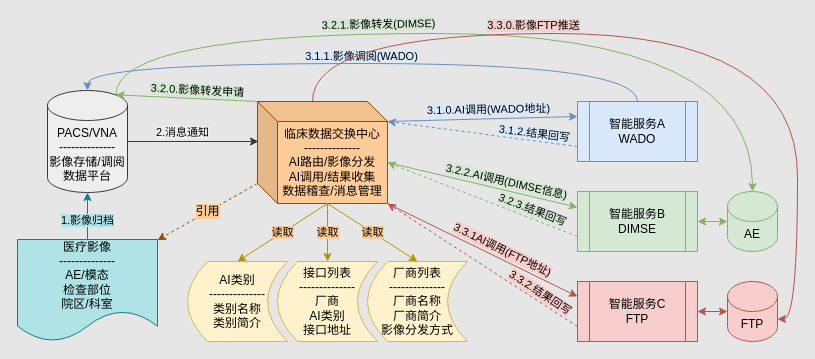
Earlier version of the draw.io diagram uih/千县/千县-AI推送整体流程.drawio (xzs603/draw.io). Source tidied: cells renumbered, new cells numbered last; positions are measured from the earlier drawing's top-left corner, leaving out a move shared by most shapes. Both pictures are drawn from the tidied source at 100%, with x=0, y=0 at pixel (17, 33).
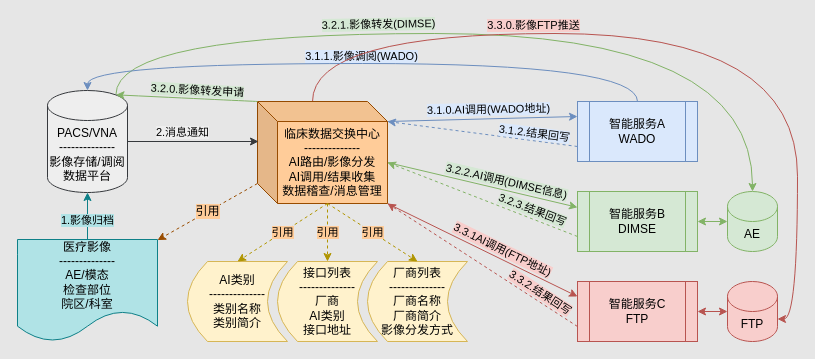
The same diagram, later.

The change refers to these unchanged cells:
```xml
<mxCell id="15" value="临床数据交换中心&lt;br&gt;--------------&lt;br&gt;AI路由/影像分发&lt;br&gt;AI调用/结果收集&lt;br&gt;数据稽查/消息管理" style="shape=cube;whiteSpace=wrap;html=1;boundedLbl=1;backgroundOutline=1;darkOpacity=0.05;darkOpacity2=0.1;fillColor=#ffcc99;strokeColor=#994C00;" parent="1" vertex="1">
  <mxGeometry x="240" y="68" width="130" height="102" as="geometry" />
</mxCell>
<mxCell id="16" value="&lt;font style=&quot;font-size: 12px;&quot;&gt;AI类别&lt;br&gt;--------------&lt;br&gt;类别名称&lt;br&gt;类别简介&lt;br&gt;&lt;/font&gt;" style="shape=dataStorage;whiteSpace=wrap;html=1;fixedSize=1;fillColor=#fff2cc;strokeColor=#d6b656;" parent="1" vertex="1">
  <mxGeometry x="170" y="228" width="100" height="80" as="geometry" />
</mxCell>
<mxCell id="17" value="厂商列表&lt;br&gt;--------------&lt;br&gt;厂商名称&lt;br&gt;厂商简介&lt;br&gt;影像分发方式" style="shape=dataStorage;whiteSpace=wrap;html=1;fixedSize=1;fillColor=#fff2cc;strokeColor=#d6b656;" parent="1" vertex="1">
  <mxGeometry x="350" y="228" width="100" height="80" as="geometry" />
</mxCell>
<mxCell id="18" value="接口列表&lt;br&gt;--------------&lt;br&gt;厂商&lt;br&gt;AI类别&lt;br&gt;接口地址" style="shape=dataStorage;whiteSpace=wrap;html=1;fixedSize=1;fillColor=#fff2cc;strokeColor=#d6b656;" parent="1" vertex="1">
  <mxGeometry x="260" y="228" width="100" height="80" as="geometry" />
</mxCell>
```

What changed in the source:
```diff
@@
-    <mxCell id="19" value="读取" style="endArrow=classic;html=1;rounded=0;exitX=0;exitY=0;exitDx=70;exitDy=102;exitPerimeter=0;entryX=0.5;entryY=0;entryDx=0;entryDy=0;fillColor=#e3c800;strokeColor=#B09500;labelBackgroundColor=#FFCC99;" parent="1" edge="1" source="15" target="16">
+    <mxCell id="19" value="引用" style="endArrow=classic;html=1;rounded=0;exitX=0;exitY=0;exitDx=70;exitDy=102;exitPerimeter=0;entryX=0.5;entryY=0;entryDx=0;entryDy=0;fillColor=#e3c800;strokeColor=#B09500;labelBackgroundColor=#FFCC99;dashed=1;" parent="1" edge="1" source="15" target="16">
       <mxGeometry relative="1" as="geometry" />
     </mxCell>
-    <mxCell id="20" value="读取" style="endArrow=classic;html=1;rounded=0;entryX=0.5;entryY=0;entryDx=0;entryDy=0;fillColor=#e3c800;strokeColor=#B09500;exitX=0;exitY=0;exitDx=70;exitDy=102;exitPerimeter=0;labelBackgroundColor=#FFCC99;" parent="1" edge="1" source="15" target="18">
+    <mxCell id="20" value="引用" style="endArrow=classic;html=1;rounded=0;entryX=0.5;entryY=0;entryDx=0;entryDy=0;fillColor=#e3c800;strokeColor=#B09500;exitX=0;exitY=0;exitDx=70;exitDy=102;exitPerimeter=0;labelBackgroundColor=#FFCC99;dashed=1;" parent="1" edge="1" source="15" target="18">
       <mxGeometry relative="1" as="geometry" />
     </mxCell>
-    <mxCell id="21" value="读取" style="endArrow=classic;html=1;rounded=0;exitX=0;exitY=0;exitDx=70;exitDy=102;exitPerimeter=0;entryX=0.5;entryY=0;entryDx=0;entryDy=0;fillColor=#e3c800;strokeColor=#B09500;labelBackgroundColor=#FFCC99;" parent="1" edge="1" source="15" target="17">
+    <mxCell id="21" value="引用" style="endArrow=classic;html=1;rounded=0;exitX=0;exitY=0;exitDx=70;exitDy=102;exitPerimeter=0;entryX=0.5;entryY=0;entryDx=0;entryDy=0;fillColor=#e3c800;strokeColor=#B09500;labelBackgroundColor=#FFCC99;dashed=1;" parent="1" edge="1" source="15" target="17">
       <mxGeometry relative="1" as="geometry" />
     </mxCell>
```
